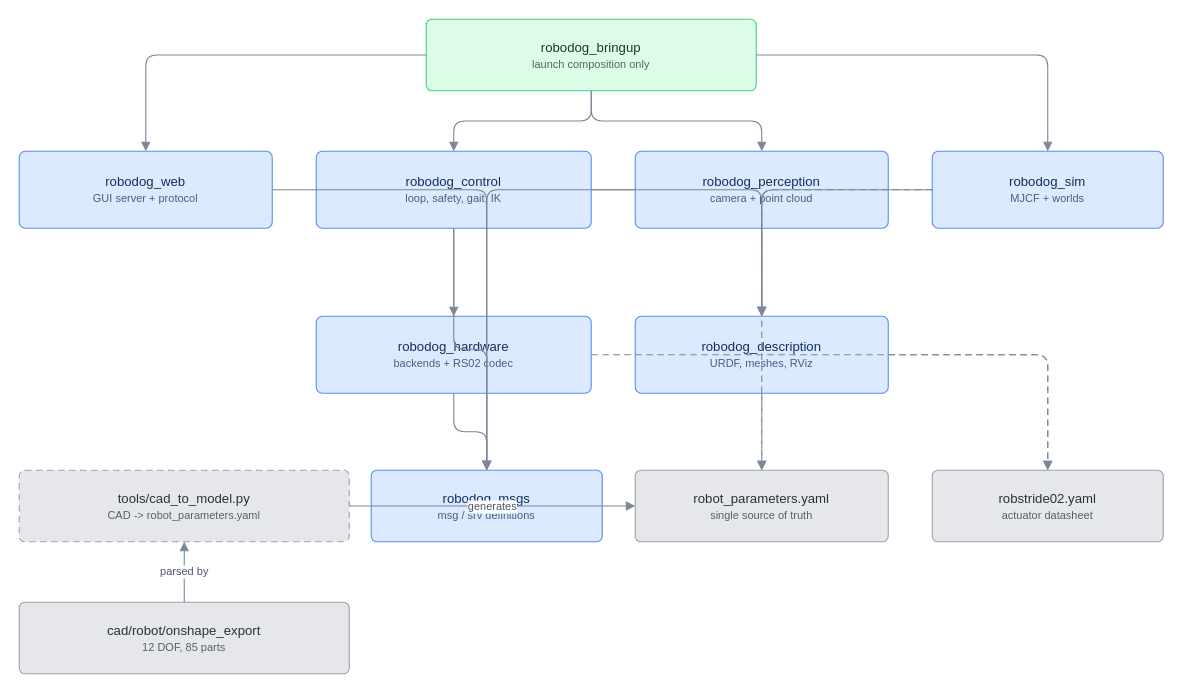
Before: docs/diagrams/software_architecture.drawio in farouk15160/robodog, a draw.io diagram. Source tidied: cells renumbered, new cells numbered last; positions are measured from the earlier drawing's top-left corner, leaving out a move shared by most shapes. Both pictures are drawn from the tidied source at 110%, with x=0, y=0 at pixel (19, 19).
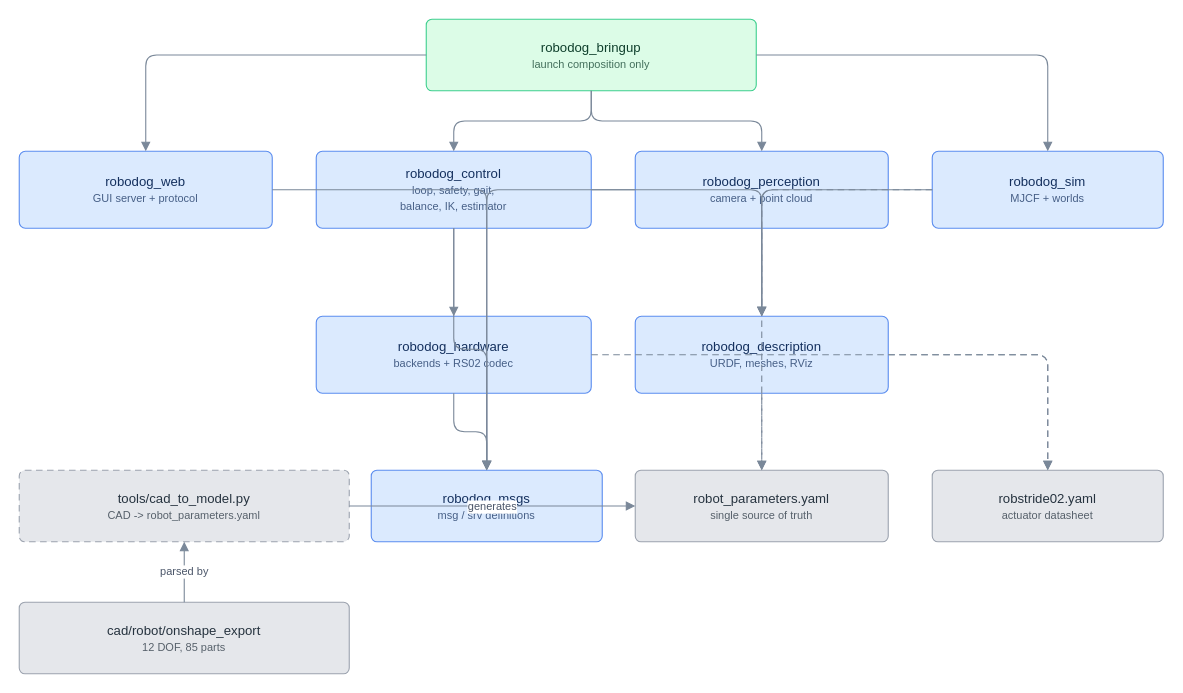
Above is the later version.

Change to the diagram source:
```diff
@@
-    <mxCell id="4" value="robodog_control&lt;br/&gt;&lt;font style='font-size:10px;opacity:0.75'&gt;loop, safety, gait, IK&lt;/font&gt;" style="rounded=1;whiteSpace=wrap;html=1;fillColor=#dbeafe;strokeColor=#5b8def;fontColor=#14305e;fontFamily=Helvetica;fontSize=12;arcSize=8;verticalAlign=middle;align=center;spacing=4;" parent="1" vertex="1">
+    <mxCell id="4" value="robodog_control&lt;br/&gt;&lt;font style='font-size:10px;opacity:0.75'&gt;loop, safety, gait,&#10;balance, IK, estimator&lt;/font&gt;" style="rounded=1;whiteSpace=wrap;html=1;fillColor=#dbeafe;strokeColor=#5b8def;fontColor=#14305e;fontFamily=Helvetica;fontSize=12;arcSize=8;verticalAlign=middle;align=center;spacing=4;" parent="1" vertex="1">
       <mxGeometry x="270" y="120" width="250" height="70" as="geometry" />
     </mxCell>
```
